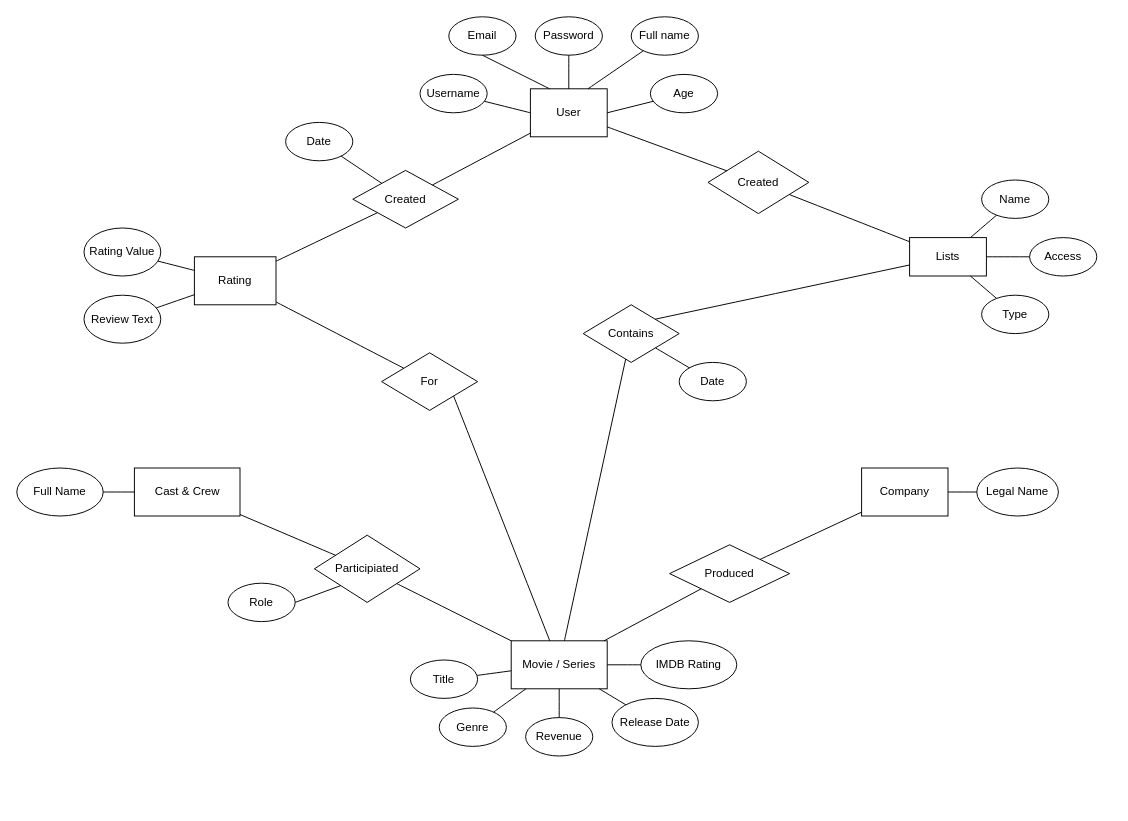
This is ER_diagram.drawio from Pedram2004/movie-review-database, a draw.io file, before an edit. Source tidied: cells renumbered, new cells numbered last; positions are measured from the earlier drawing's top-left corner, leaving out a move shared by most shapes. Both pictures are drawn from the tidied source at 96%, with x=0, y=0 at pixel (16, 16).
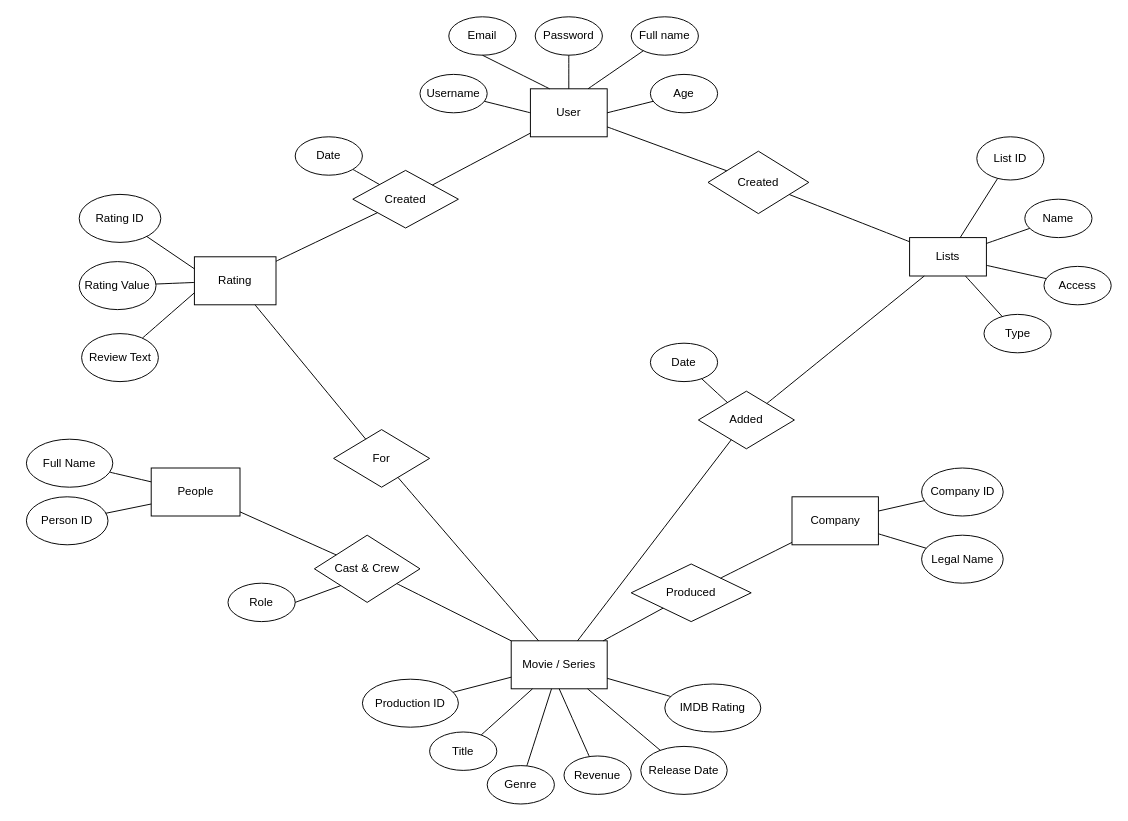
After the change.

Commit message (it also covers changes not shown here):
Added ID attribute to most of entities and renamed a few

The change refers to these unchanged cells:
```xml
<mxCell id="15" value="Rating" style="rounded=0;whiteSpace=wrap;html=1;" parent="1" vertex="1">
  <mxGeometry x="185" y="250" width="85" height="50" as="geometry" />
</mxCell>
<mxCell id="20" value="Movie / Series" style="rounded=0;whiteSpace=wrap;html=1;" parent="1" vertex="1">
  <mxGeometry x="515" y="650" width="100" height="50" as="geometry" />
</mxCell>
<mxCell id="40" value="Lists" style="rounded=0;whiteSpace=wrap;html=1;" parent="1" vertex="1">
  <mxGeometry x="930" y="230" width="80" height="40" as="geometry" />
</mxCell>
```

What changed in the source:
```diff
@@
     <mxCell id="16" value="Review Text" style="ellipse;whiteSpace=wrap;html=1;" parent="1" vertex="1">
-      <mxGeometry x="70" y="290" width="80" height="50" as="geometry" />
+      <mxGeometry x="67.5" y="330" width="80" height="50" as="geometry" />
     </mxCell>
     <mxCell id="17" value="Rating Value" style="ellipse;whiteSpace=wrap;html=1;" parent="1" vertex="1">
-      <mxGeometry x="70" y="220" width="80" height="50" as="geometry" />
+      <mxGeometry x="65" y="255" width="80" height="50" as="geometry" />
     </mxCell>
@@
-    <mxCell id="19" style="endArrow=none;html=1;rounded=0;fontSize=12;startSize=8;endSize=8;curved=1;" parent="1" edge="1" source="16" target="15">
+    <mxCell id="19" style="endArrow=none;html=1;rounded=0;fontSize=12;startSize=8;endSize=8;curved=1;entryX=0;entryY=0.75;entryDx=0;entryDy=0;" parent="1" edge="1" source="16" target="15">
       <mxGeometry relative="1" as="geometry" />
     </mxCell>
@@
     <mxCell id="21" value="Title" style="ellipse;whiteSpace=wrap;html=1;" parent="1" vertex="1">
-      <mxGeometry x="410" y="670" width="70" height="40" as="geometry" />
+      <mxGeometry x="430" y="745" width="70" height="40" as="geometry" />
     </mxCell>
     <mxCell id="22" value="Genre" style="ellipse;whiteSpace=wrap;html=1;" parent="1" vertex="1">
-      <mxGeometry x="440" y="720" width="70" height="40" as="geometry" />
+      <mxGeometry x="490" y="780" width="70" height="40" as="geometry" />
     </mxCell>
     <mxCell id="23" value="IMDB Rating" style="ellipse;whiteSpace=wrap;html=1;" parent="1" vertex="1">
-      <mxGeometry x="650" y="650" width="100" height="50" as="geometry" />
+      <mxGeometry x="675" y="695" width="100" height="50" as="geometry" />
     </mxCell>
     <mxCell id="24" value="Revenue" style="ellipse;whiteSpace=wrap;html=1;" parent="1" vertex="1">
-      <mxGeometry x="530" y="730" width="70" height="40" as="geometry" />
+      <mxGeometry x="570" y="770" width="70" height="40" as="geometry" />
     </mxCell>
     <mxCell id="25" value="Release Date" style="ellipse;whiteSpace=wrap;html=1;" parent="1" vertex="1">
-      <mxGeometry x="620" y="710" width="90" height="50" as="geometry" />
+      <mxGeometry x="650" y="760" width="90" height="50" as="geometry" />
     </mxCell>
@@
     <mxCell id="32" value="Date" style="ellipse;whiteSpace=wrap;html=1;rotation=0;" parent="1" vertex="1">
-      <mxGeometry x="280" y="110" width="70" height="40" as="geometry" />
+      <mxGeometry x="290" y="125" width="70" height="40" as="geometry" />
     </mxCell>
@@
     <mxCell id="36" value="For" style="rhombus;whiteSpace=wrap;html=1;" parent="1" vertex="1">
-      <mxGeometry x="380" y="350" width="100" height="60" as="geometry" />
+      <mxGeometry x="330" y="430" width="100" height="60" as="geometry" />
     </mxCell>
@@
-    <mxCell id="38" style="endArrow=none;html=1;rounded=0;fontSize=12;startSize=8;endSize=8;curved=1;exitX=1;exitY=1;exitDx=0;exitDy=0;" parent="1" edge="1" source="36" target="20">
+    <mxCell id="38" style="endArrow=none;html=1;rounded=0;fontSize=12;startSize=8;endSize=8;curved=1;" parent="1" edge="1" source="36" target="20">
       <mxGeometry relative="1" as="geometry" />
     </mxCell>
     <mxCell id="39" value="Access" style="ellipse;whiteSpace=wrap;html=1;" parent="1" vertex="1">
-      <mxGeometry x="1055" y="230" width="70" height="40" as="geometry" />
+      <mxGeometry x="1070" y="260" width="70" height="40" as="geometry" />
     </mxCell>
@@
     <mxCell id="41" value="Type" style="ellipse;whiteSpace=wrap;html=1;" parent="1" vertex="1">
-      <mxGeometry x="1005" y="290" width="70" height="40" as="geometry" />
+      <mxGeometry x="1007.5" y="310" width="70" height="40" as="geometry" />
     </mxCell>
     <mxCell id="42" value="Name" style="ellipse;whiteSpace=wrap;html=1;" parent="1" vertex="1">
-      <mxGeometry x="1005" y="170" width="70" height="40" as="geometry" />
+      <mxGeometry x="1050" y="190" width="70" height="40" as="geometry" />
     </mxCell>
@@
-    <mxCell id="49" value="Contains" style="rhombus;whiteSpace=wrap;html=1;" parent="1" vertex="1">
-      <mxGeometry x="590" y="300" width="100" height="60" as="geometry" />
+    <mxCell id="49" value="Added" style="rhombus;whiteSpace=wrap;html=1;" parent="1" vertex="1">
+      <mxGeometry x="710" y="390" width="100" height="60" as="geometry" />
     </mxCell>
-    <mxCell id="50" style="endArrow=none;html=1;rounded=0;fontSize=12;startSize=8;endSize=8;curved=1;exitX=1;exitY=0;exitDx=0;exitDy=0;" parent="1" edge="1" source="49" target="40">
+    <mxCell id="50" style="endArrow=none;html=1;rounded=0;fontSize=12;startSize=8;endSize=8;curved=1;" parent="1" edge="1" source="49" target="40">
       <mxGeometry relative="1" as="geometry" />
     </mxCell>
@@
-    <mxCell id="52" value="Cast &amp;amp; Crew" style="rounded=0;whiteSpace=wrap;html=1;" parent="1" vertex="1">
-      <mxGeometry x="122.5" y="470" width="110" height="50" as="geometry" />
+    <mxCell id="52" value="People" style="rounded=0;whiteSpace=wrap;html=1;" parent="1" vertex="1">
+      <mxGeometry x="140" y="470" width="92.5" height="50" as="geometry" />
     </mxCell>
     <mxCell id="53" value="Full Name" style="ellipse;whiteSpace=wrap;html=1;" parent="1" vertex="1">
-      <mxGeometry y="470" width="90" height="50" as="geometry" />
+      <mxGeometry x="10" y="440" width="90" height="50" as="geometry" />
     </mxCell>
@@
-    <mxCell id="55" value="Participiated" style="rhombus;whiteSpace=wrap;html=1;" parent="1" vertex="1">
+    <mxCell id="55" value="Cast &amp;amp; Crew" style="rhombus;whiteSpace=wrap;html=1;" parent="1" vertex="1">
       <mxGeometry x="310" y="540" width="110" height="70" as="geometry" />
     </mxCell>
@@
     <mxCell id="58" value="Date" style="ellipse;whiteSpace=wrap;html=1;" parent="1" vertex="1">
-      <mxGeometry x="690" y="360" width="70" height="40" as="geometry" />
+      <mxGeometry x="660" y="340" width="70" height="40" as="geometry" />
     </mxCell>
@@
     <mxCell id="60" value="Legal Name" style="ellipse;whiteSpace=wrap;html=1;" parent="1" vertex="1">
-      <mxGeometry x="1000" y="470" width="85" height="50" as="geometry" />
+      <mxGeometry x="942.5" y="540" width="85" height="50" as="geometry" />
     </mxCell>
     <mxCell id="61" value="Company" style="rounded=0;whiteSpace=wrap;html=1;" parent="1" vertex="1">
-      <mxGeometry x="880" y="470" width="90" height="50" as="geometry" />
+      <mxGeometry x="807.5" y="500" width="90" height="50" as="geometry" />
     </mxCell>
@@
     <mxCell id="63" value="Produced" style="rhombus;whiteSpace=wrap;html=1;" parent="1" vertex="1">
-      <mxGeometry x="680" y="550" width="125" height="60" as="geometry" />
+      <mxGeometry x="640" y="570" width="125" height="60" as="geometry" />
     </mxCell>
@@
+    <mxCell id="68" value="Person ID" style="ellipse;whiteSpace=wrap;html=1;" parent="1" vertex="1">
+      <mxGeometry x="10" y="500" width="85" height="50" as="geometry" />
+    </mxCell>
+    <mxCell id="69" style="endArrow=none;html=1;rounded=0;entryX=0;entryY=0.75;entryDx=0;entryDy=0;" parent="1" edge="1" source="68" target="52">
+      <mxGeometry relative="1" as="geometry" />
+    </mxCell>
+    <mxCell id="70" value="List ID" style="ellipse;whiteSpace=wrap;html=1;" parent="1" vertex="1">
+      <mxGeometry x="1000" y="125" width="70" height="45" as="geometry" />
+    </mxCell>
+    <mxCell id="71" style="endArrow=none;html=1;rounded=0;" parent="1" edge="1" source="40" target="70">
+      <mxGeometry relative="1" as="geometry" />
+    </mxCell>
+    <mxCell id="72" value="Rating ID" style="ellipse;whiteSpace=wrap;html=1;" parent="1" vertex="1">
+      <mxGeometry x="65" y="185" width="85" height="50" as="geometry" />
+    </mxCell>
+    <mxCell id="73" style="endArrow=none;html=1;rounded=0;exitX=0;exitY=0.25;exitDx=0;exitDy=0;" parent="1" edge="1" source="15" target="72">
+      <mxGeometry relative="1" as="geometry" />
+    </mxCell>
+    <mxCell id="74" value="Production ID" style="ellipse;whiteSpace=wrap;html=1;" parent="1" vertex="1">
+      <mxGeometry x="360" y="690" width="100" height="50" as="geometry" />
+    </mxCell>
+    <mxCell id="75" style="endArrow=none;html=1;rounded=0;" parent="1" edge="1" source="74" target="20">
+      <mxGeometry relative="1" as="geometry" />
+    </mxCell>
+    <mxCell id="76" value="Company ID" style="ellipse;whiteSpace=wrap;html=1;" parent="1" vertex="1">
+      <mxGeometry x="942.5" y="470" width="85" height="50" as="geometry" />
+    </mxCell>
+    <mxCell id="77" style="endArrow=none;html=1;rounded=0;" parent="1" edge="1" source="61" target="76">
+      <mxGeometry relative="1" as="geometry" />
+    </mxCell>
```
